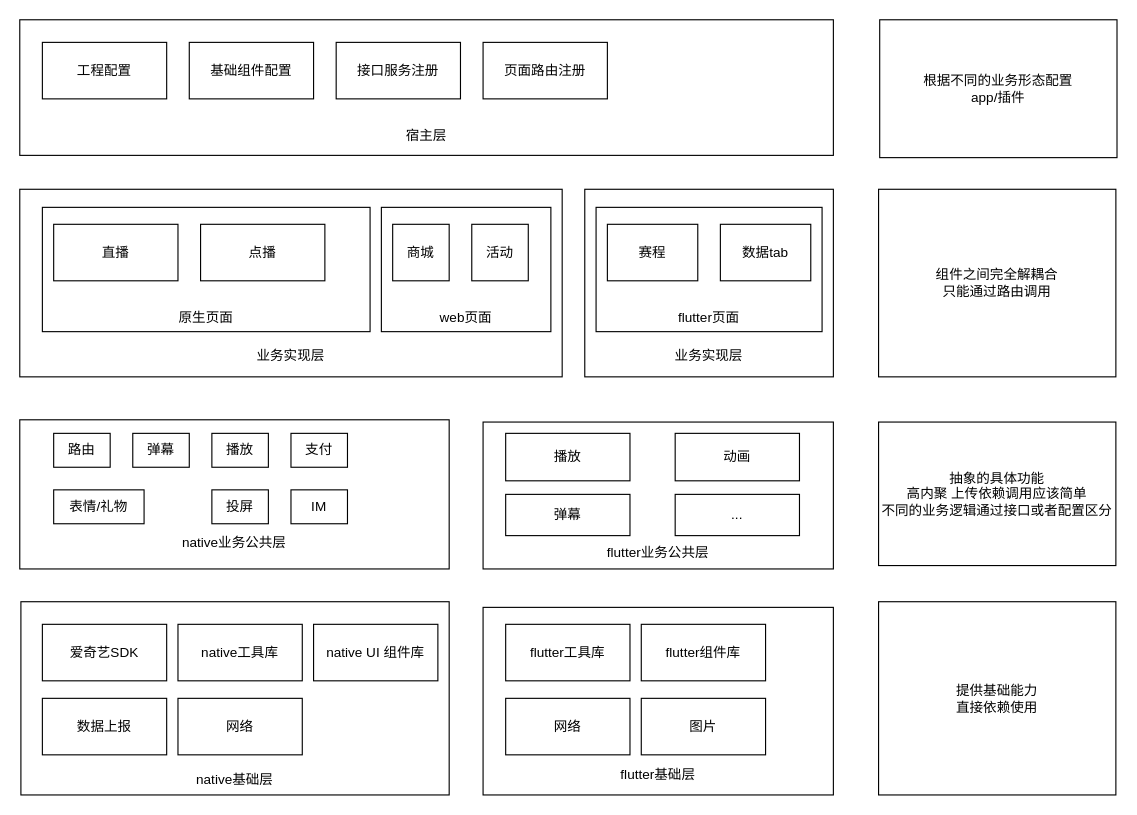
Above: page "第 4 页" (4 of 4) of 未命名绘图.drawio in wanjj8023/app3 (draw.io), before the change. Source tidied: cells renumbered, new cells numbered last; positions are measured from the earlier drawing's top-left corner, leaving out a move shared by most shapes. Both pictures are drawn from the tidied source at 113%, with x=0, y=0 at pixel (19, 19).
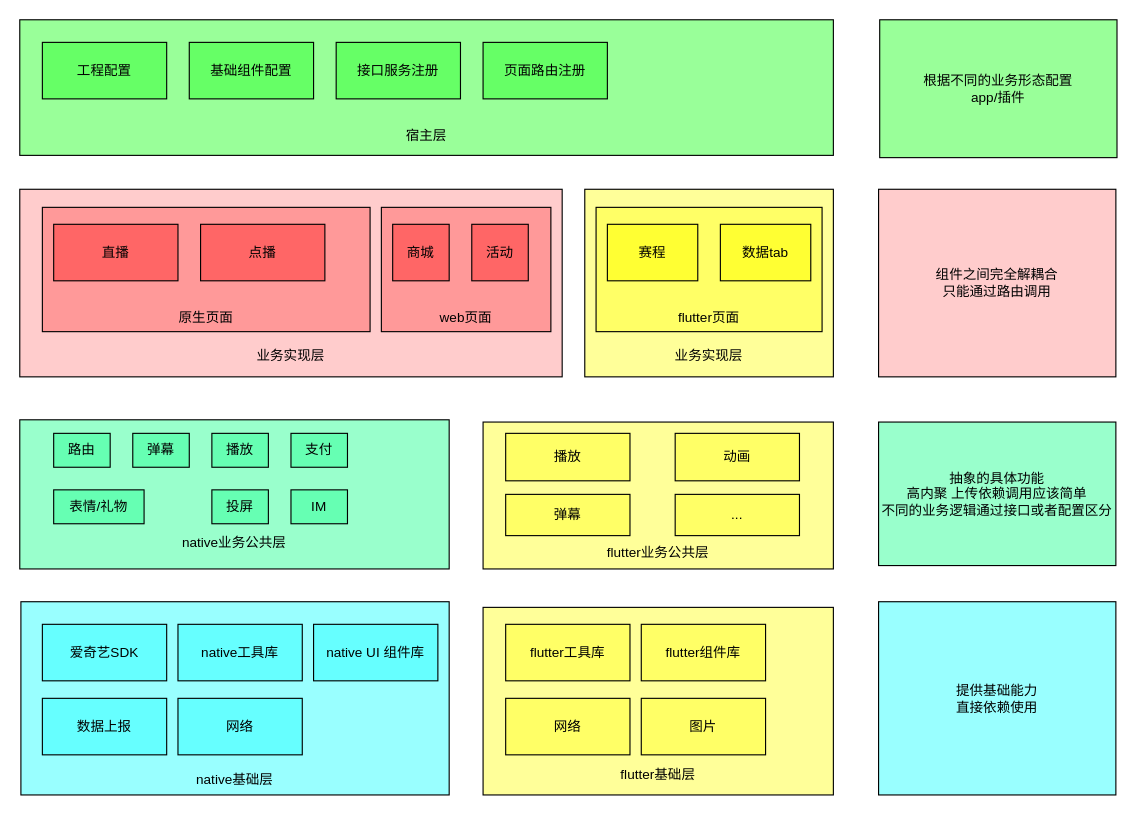
The same page after the edit.

Diff of the diagram source:
```diff
@@
-    <mxCell id="2" value="&lt;div&gt;&lt;br&gt;&lt;/div&gt;&lt;div&gt;&lt;br&gt;&lt;/div&gt;&lt;div&gt;&lt;br&gt;&lt;/div&gt;&lt;div&gt;&lt;br&gt;&lt;/div&gt;&lt;div&gt;&lt;br&gt;&lt;/div&gt;&lt;div&gt;&lt;br&gt;&lt;/div&gt;&lt;div&gt;&lt;br&gt;&lt;/div&gt;&lt;div&gt;&lt;br&gt;&lt;/div&gt;&lt;div&gt;&lt;br&gt;&lt;/div&gt;&lt;div&gt;&lt;br&gt;&lt;/div&gt;native基础层" style="html=1;whiteSpace=wrap;" parent="1" vertex="1">
+    <mxCell id="2" value="&lt;div&gt;&lt;br&gt;&lt;/div&gt;&lt;div&gt;&lt;br&gt;&lt;/div&gt;&lt;div&gt;&lt;br&gt;&lt;/div&gt;&lt;div&gt;&lt;br&gt;&lt;/div&gt;&lt;div&gt;&lt;br&gt;&lt;/div&gt;&lt;div&gt;&lt;br&gt;&lt;/div&gt;&lt;div&gt;&lt;br&gt;&lt;/div&gt;&lt;div&gt;&lt;br&gt;&lt;/div&gt;&lt;div&gt;&lt;br&gt;&lt;/div&gt;&lt;div&gt;&lt;br&gt;&lt;/div&gt;native基础层" style="html=1;whiteSpace=wrap;fillColor=#99FFFF;" parent="1" vertex="1">
       <mxGeometry x="1" y="515" width="379" height="171" as="geometry" />
     </mxCell>
-    <mxCell id="3" value="&lt;div&gt;&lt;br&gt;&lt;/div&gt;&lt;div&gt;&lt;br&gt;&lt;/div&gt;&lt;div&gt;&lt;br&gt;&lt;/div&gt;&lt;div&gt;&lt;br&gt;&lt;/div&gt;&lt;div&gt;&lt;br&gt;&lt;/div&gt;&lt;div&gt;&lt;br&gt;&lt;/div&gt;native业务公共层" style="html=1;whiteSpace=wrap;" parent="1" vertex="1">
+    <mxCell id="3" value="&lt;div&gt;&lt;br&gt;&lt;/div&gt;&lt;div&gt;&lt;br&gt;&lt;/div&gt;&lt;div&gt;&lt;br&gt;&lt;/div&gt;&lt;div&gt;&lt;br&gt;&lt;/div&gt;&lt;div&gt;&lt;br&gt;&lt;/div&gt;&lt;div&gt;&lt;br&gt;&lt;/div&gt;native业务公共层" style="html=1;whiteSpace=wrap;fillColor=#99FFCC;" parent="1" vertex="1">
       <mxGeometry y="354" width="380" height="132" as="geometry" />
     </mxCell>
-    <mxCell id="4" value="&lt;div&gt;&lt;br&gt;&lt;/div&gt;&lt;div&gt;&lt;br&gt;&lt;/div&gt;&lt;div&gt;&lt;br&gt;&lt;/div&gt;&lt;div&gt;&lt;br&gt;&lt;/div&gt;&lt;div&gt;&lt;br&gt;&lt;/div&gt;&lt;div&gt;&lt;br&gt;&lt;/div&gt;&lt;div&gt;&lt;br&gt;&lt;/div&gt;&lt;div&gt;&lt;br&gt;&lt;/div&gt;&lt;div&gt;&lt;br&gt;&lt;/div&gt;业务实现层" style="html=1;whiteSpace=wrap;" parent="1" vertex="1">
+    <mxCell id="4" value="&lt;div&gt;&lt;br&gt;&lt;/div&gt;&lt;div&gt;&lt;br&gt;&lt;/div&gt;&lt;div&gt;&lt;br&gt;&lt;/div&gt;&lt;div&gt;&lt;br&gt;&lt;/div&gt;&lt;div&gt;&lt;br&gt;&lt;/div&gt;&lt;div&gt;&lt;br&gt;&lt;/div&gt;&lt;div&gt;&lt;br&gt;&lt;/div&gt;&lt;div&gt;&lt;br&gt;&lt;/div&gt;&lt;div&gt;&lt;br&gt;&lt;/div&gt;业务实现层" style="html=1;whiteSpace=wrap;fillColor=#FFCCCC;" parent="1" vertex="1">
       <mxGeometry y="150" width="480" height="166" as="geometry" />
     </mxCell>
-    <mxCell id="5" value="&lt;div&gt;&lt;br&gt;&lt;/div&gt;&lt;div&gt;&lt;br&gt;&lt;/div&gt;&lt;div&gt;&lt;br&gt;&lt;/div&gt;&lt;div&gt;&lt;br&gt;&lt;/div&gt;&lt;div&gt;&lt;br&gt;&lt;/div&gt;&lt;div&gt;&lt;br&gt;&lt;/div&gt;宿主层" style="html=1;whiteSpace=wrap;" parent="1" vertex="1">
+    <mxCell id="5" value="&lt;div&gt;&lt;br&gt;&lt;/div&gt;&lt;div&gt;&lt;br&gt;&lt;/div&gt;&lt;div&gt;&lt;br&gt;&lt;/div&gt;&lt;div&gt;&lt;br&gt;&lt;/div&gt;&lt;div&gt;&lt;br&gt;&lt;/div&gt;&lt;div&gt;&lt;br&gt;&lt;/div&gt;宿主层" style="html=1;whiteSpace=wrap;fillColor=#99FF99;" parent="1" vertex="1">
       <mxGeometry width="720" height="120" as="geometry" />
     </mxCell>
-    <mxCell id="6" value="爱奇艺SDK" style="html=1;whiteSpace=wrap;" parent="1" vertex="1">
+    <mxCell id="6" value="爱奇艺SDK" style="html=1;whiteSpace=wrap;fillColor=#66FFFF;" parent="1" vertex="1">
       <mxGeometry x="20" y="535" width="110" height="50" as="geometry" />
     </mxCell>
-    <mxCell id="7" value="native工具库" style="html=1;whiteSpace=wrap;" parent="1" vertex="1">
+    <mxCell id="7" value="native工具库" style="html=1;whiteSpace=wrap;fillColor=#66FFFF;" parent="1" vertex="1">
       <mxGeometry x="140" y="535" width="110" height="50" as="geometry" />
     </mxCell>
-    <mxCell id="8" value="native UI 组件库" style="html=1;whiteSpace=wrap;" parent="1" vertex="1">
+    <mxCell id="8" value="native UI 组件库" style="html=1;whiteSpace=wrap;fillColor=#66FFFF;" parent="1" vertex="1">
       <mxGeometry x="260" y="535" width="110" height="50" as="geometry" />
     </mxCell>
-    <mxCell id="9" value="数据上报" style="html=1;whiteSpace=wrap;" parent="1" vertex="1">
+    <mxCell id="9" value="数据上报" style="html=1;whiteSpace=wrap;fillColor=#66FFFF;" parent="1" vertex="1">
       <mxGeometry x="20" y="600.5" width="110" height="50" as="geometry" />
     </mxCell>
-    <mxCell id="10" value="网络" style="html=1;whiteSpace=wrap;" parent="1" vertex="1">
+    <mxCell id="10" value="网络" style="html=1;whiteSpace=wrap;fillColor=#66FFFF;" parent="1" vertex="1">
       <mxGeometry x="140" y="600.5" width="110" height="50" as="geometry" />
     </mxCell>
-    <mxCell id="11" value="工程配置" style="html=1;whiteSpace=wrap;" parent="1" vertex="1">
+    <mxCell id="11" value="工程配置" style="html=1;whiteSpace=wrap;fillColor=#66FF66;" parent="1" vertex="1">
       <mxGeometry x="20" y="20" width="110" height="50" as="geometry" />
     </mxCell>
-    <mxCell id="12" value="基础组件配置" style="html=1;whiteSpace=wrap;" parent="1" vertex="1">
+    <mxCell id="12" value="基础组件配置" style="html=1;whiteSpace=wrap;fillColor=#66FF66;" parent="1" vertex="1">
       <mxGeometry x="150" y="20" width="110" height="50" as="geometry" />
     </mxCell>
-    <mxCell id="13" value="接口服务注册" style="html=1;whiteSpace=wrap;" parent="1" vertex="1">
+    <mxCell id="13" value="接口服务注册" style="html=1;whiteSpace=wrap;fillColor=#66FF66;" parent="1" vertex="1">
       <mxGeometry x="280" y="20" width="110" height="50" as="geometry" />
     </mxCell>
-    <mxCell id="14" value="页面路由注册" style="html=1;whiteSpace=wrap;" parent="1" vertex="1">
+    <mxCell id="14" value="页面路由注册" style="html=1;whiteSpace=wrap;fillColor=#66FF66;" parent="1" vertex="1">
       <mxGeometry x="410" y="20" width="110" height="50" as="geometry" />
     </mxCell>
-    <mxCell id="15" value="&lt;div&gt;&lt;br&gt;&lt;/div&gt;&lt;div&gt;&lt;br&gt;&lt;/div&gt;&lt;div&gt;&lt;br&gt;&lt;/div&gt;&lt;div&gt;&lt;br&gt;&lt;/div&gt;&lt;div&gt;&lt;br&gt;&lt;/div&gt;&lt;div&gt;&lt;span style=&quot;font-size: 12px;&quot;&gt;&lt;br&gt;&lt;/span&gt;&lt;/div&gt;&lt;div&gt;&lt;span style=&quot;font-size: 12px;&quot;&gt;原生页面&lt;/span&gt;&lt;br&gt;&lt;/div&gt;" style="html=1;whiteSpace=wrap;" parent="1" vertex="1">
+    <mxCell id="15" value="&lt;div&gt;&lt;br&gt;&lt;/div&gt;&lt;div&gt;&lt;br&gt;&lt;/div&gt;&lt;div&gt;&lt;br&gt;&lt;/div&gt;&lt;div&gt;&lt;br&gt;&lt;/div&gt;&lt;div&gt;&lt;br&gt;&lt;/div&gt;&lt;div&gt;&lt;span style=&quot;font-size: 12px;&quot;&gt;&lt;br&gt;&lt;/span&gt;&lt;/div&gt;&lt;div&gt;&lt;span style=&quot;font-size: 12px;&quot;&gt;原生页面&lt;/span&gt;&lt;br&gt;&lt;/div&gt;" style="html=1;whiteSpace=wrap;fillColor=#FF9999;" parent="1" vertex="1">
       <mxGeometry x="20" y="166" width="290" height="110" as="geometry" />
     </mxCell>
-    <mxCell id="16" value="&lt;div&gt;&lt;br&gt;&lt;/div&gt;&lt;div&gt;&lt;br&gt;&lt;/div&gt;&lt;div&gt;&lt;br&gt;&lt;/div&gt;&lt;div&gt;&lt;br&gt;&lt;/div&gt;&lt;div&gt;&lt;br&gt;&lt;/div&gt;&lt;div&gt;&lt;br&gt;&lt;/div&gt;web页面" style="html=1;whiteSpace=wrap;" parent="1" vertex="1">
+    <mxCell id="16" value="&lt;div&gt;&lt;br&gt;&lt;/div&gt;&lt;div&gt;&lt;br&gt;&lt;/div&gt;&lt;div&gt;&lt;br&gt;&lt;/div&gt;&lt;div&gt;&lt;br&gt;&lt;/div&gt;&lt;div&gt;&lt;br&gt;&lt;/div&gt;&lt;div&gt;&lt;br&gt;&lt;/div&gt;web页面" style="html=1;whiteSpace=wrap;fillColor=#FF9999;" parent="1" vertex="1">
       <mxGeometry x="320" y="166" width="150" height="110" as="geometry" />
     </mxCell>
-    <mxCell id="17" value="直播" style="html=1;whiteSpace=wrap;" parent="1" vertex="1">
+    <mxCell id="17" value="直播" style="html=1;whiteSpace=wrap;fillColor=#FF6666;" parent="1" vertex="1">
       <mxGeometry x="30" y="181" width="110" height="50" as="geometry" />
     </mxCell>
-    <mxCell id="18" value="点播" style="html=1;whiteSpace=wrap;" parent="1" vertex="1">
+    <mxCell id="18" value="点播" style="html=1;whiteSpace=wrap;fillColor=#FF6666;" parent="1" vertex="1">
       <mxGeometry x="160" y="181" width="110" height="50" as="geometry" />
     </mxCell>
-    <mxCell id="19" value="商城" style="html=1;whiteSpace=wrap;" parent="1" vertex="1">
+    <mxCell id="19" value="商城" style="html=1;whiteSpace=wrap;fillColor=#FF6666;" parent="1" vertex="1">
       <mxGeometry x="330" y="181" width="50" height="50" as="geometry" />
     </mxCell>
-    <mxCell id="20" value="活动" style="html=1;whiteSpace=wrap;" parent="1" vertex="1">
+    <mxCell id="20" value="活动" style="html=1;whiteSpace=wrap;fillColor=#FF6666;" parent="1" vertex="1">
       <mxGeometry x="400" y="181" width="50" height="50" as="geometry" />
     </mxCell>
-    <mxCell id="21" value="播放" style="html=1;whiteSpace=wrap;" parent="1" vertex="1">
+    <mxCell id="21" value="播放" style="html=1;whiteSpace=wrap;fillColor=#66FFB3;" parent="1" vertex="1">
       <mxGeometry x="170" y="366" width="50" height="30" as="geometry" />
     </mxCell>
-    <mxCell id="22" value="支付" style="html=1;whiteSpace=wrap;" parent="1" vertex="1">
+    <mxCell id="22" value="支付" style="html=1;whiteSpace=wrap;fillColor=#66FFB3;" parent="1" vertex="1">
       <mxGeometry x="240" y="366" width="50" height="30" as="geometry" />
     </mxCell>
-    <mxCell id="23" value="投屏" style="html=1;whiteSpace=wrap;" parent="1" vertex="1">
+    <mxCell id="23" value="投屏" style="html=1;whiteSpace=wrap;fillColor=#66FFB3;" parent="1" vertex="1">
       <mxGeometry x="170" y="416" width="50" height="30" as="geometry" />
     </mxCell>
-    <mxCell id="24" value="IM" style="html=1;whiteSpace=wrap;" parent="1" vertex="1">
+    <mxCell id="24" value="IM" style="html=1;whiteSpace=wrap;fillColor=#66FFB3;" parent="1" vertex="1">
       <mxGeometry x="240" y="416" width="50" height="30" as="geometry" />
     </mxCell>
-    <mxCell id="25" value="表情/礼物" style="html=1;whiteSpace=wrap;" parent="1" vertex="1">
+    <mxCell id="25" value="表情/礼物" style="html=1;whiteSpace=wrap;fillColor=#66FFB3;" parent="1" vertex="1">
       <mxGeometry x="30" y="416" width="80" height="30" as="geometry" />
     </mxCell>
-    <mxCell id="26" value="根据不同的业务形态配置&lt;div&gt;app/插件&lt;/div&gt;" style="html=1;whiteSpace=wrap;" parent="1" vertex="1">
+    <mxCell id="26" value="根据不同的业务形态配置&lt;div&gt;app/插件&lt;/div&gt;" style="html=1;whiteSpace=wrap;fillColor=#99FF99;" parent="1" vertex="1">
       <mxGeometry x="761" width="210" height="122" as="geometry" />
     </mxCell>
-    <mxCell id="27" value="组件之间完全解耦合&lt;div&gt;只能通过路由调用&lt;/div&gt;" style="html=1;whiteSpace=wrap;" parent="1" vertex="1">
+    <mxCell id="27" value="组件之间完全解耦合&lt;div&gt;只能通过路由调用&lt;/div&gt;" style="html=1;whiteSpace=wrap;fillColor=#FFCCCC;" parent="1" vertex="1">
       <mxGeometry x="760" y="150" width="210" height="166" as="geometry" />
     </mxCell>
-    <mxCell id="28" value="抽象的具体功能&lt;div&gt;高内聚 上传依赖调用应该简单&lt;br&gt;&lt;div&gt;不同的业务逻辑通过接口或者配置区分&lt;/div&gt;&lt;/div&gt;" style="html=1;whiteSpace=wrap;" parent="1" vertex="1">
+    <mxCell id="28" value="抽象的具体功能&lt;div&gt;高内聚 上传依赖调用应该简单&lt;br&gt;&lt;div&gt;不同的业务逻辑通过接口或者配置区分&lt;/div&gt;&lt;/div&gt;" style="html=1;whiteSpace=wrap;fillColor=#99FFCC;" parent="1" vertex="1">
       <mxGeometry x="760" y="356" width="210" height="127" as="geometry" />
     </mxCell>
-    <mxCell id="29" value="提供基础能力&lt;div&gt;直接依赖使用&lt;/div&gt;" style="html=1;whiteSpace=wrap;" parent="1" vertex="1">
+    <mxCell id="29" value="提供基础能力&lt;div&gt;直接依赖使用&lt;/div&gt;" style="html=1;whiteSpace=wrap;fillColor=#99FFFF;" parent="1" vertex="1">
       <mxGeometry x="760" y="515" width="210" height="171" as="geometry" />
     </mxCell>
-    <mxCell id="30" value="路由" style="html=1;whiteSpace=wrap;" parent="1" vertex="1">
+    <mxCell id="30" value="路由" style="html=1;whiteSpace=wrap;fillColor=#66FFB3;" parent="1" vertex="1">
       <mxGeometry x="30" y="366" width="50" height="30" as="geometry" />
     </mxCell>
-    <mxCell id="31" value="弹幕" style="html=1;whiteSpace=wrap;" parent="1" vertex="1">
+    <mxCell id="31" value="弹幕" style="html=1;whiteSpace=wrap;fillColor=#66FFB3;" parent="1" vertex="1">
       <mxGeometry x="100" y="366" width="50" height="30" as="geometry" />
     </mxCell>
-    <mxCell id="32" value="&lt;div&gt;&lt;br&gt;&lt;/div&gt;&lt;div&gt;&lt;br&gt;&lt;/div&gt;&lt;div&gt;&lt;br&gt;&lt;/div&gt;&lt;div&gt;&lt;br&gt;&lt;/div&gt;&lt;div&gt;&lt;br&gt;&lt;/div&gt;&lt;div&gt;&lt;br&gt;&lt;/div&gt;&lt;div&gt;&lt;br&gt;&lt;/div&gt;&lt;div&gt;&lt;br&gt;&lt;/div&gt;&lt;div&gt;&lt;br&gt;&lt;/div&gt;&lt;span style=&quot;font-size: 12.000001px;&quot;&gt;flutter基础层&lt;/span&gt;" style="html=1;whiteSpace=wrap;" parent="1" vertex="1">
+    <mxCell id="32" value="&lt;div&gt;&lt;br&gt;&lt;/div&gt;&lt;div&gt;&lt;br&gt;&lt;/div&gt;&lt;div&gt;&lt;br&gt;&lt;/div&gt;&lt;div&gt;&lt;br&gt;&lt;/div&gt;&lt;div&gt;&lt;br&gt;&lt;/div&gt;&lt;div&gt;&lt;br&gt;&lt;/div&gt;&lt;div&gt;&lt;br&gt;&lt;/div&gt;&lt;div&gt;&lt;br&gt;&lt;/div&gt;&lt;div&gt;&lt;br&gt;&lt;/div&gt;&lt;span style=&quot;font-size: 12.000001px;&quot;&gt;flutter基础层&lt;/span&gt;" style="html=1;whiteSpace=wrap;fillColor=#FFFF99;" parent="1" vertex="1">
       <mxGeometry x="410" y="520" width="310" height="166" as="geometry" />
     </mxCell>
-    <mxCell id="33" value="flutter工具库" style="html=1;whiteSpace=wrap;" parent="1" vertex="1">
+    <mxCell id="33" value="flutter工具库" style="html=1;whiteSpace=wrap;fillColor=#FFFF66;" parent="1" vertex="1">
       <mxGeometry x="430" y="535" width="110" height="50" as="geometry" />
     </mxCell>
-    <mxCell id="34" value="flutter组件库" style="html=1;whiteSpace=wrap;" parent="1" vertex="1">
+    <mxCell id="34" value="flutter组件库" style="html=1;whiteSpace=wrap;fillColor=#FFFF66;" parent="1" vertex="1">
       <mxGeometry x="550" y="535" width="110" height="50" as="geometry" />
     </mxCell>
-    <mxCell id="35" value="网络" style="html=1;whiteSpace=wrap;" parent="1" vertex="1">
+    <mxCell id="35" value="网络" style="html=1;whiteSpace=wrap;fillColor=#FFFF66;" parent="1" vertex="1">
       <mxGeometry x="430" y="600.5" width="110" height="50" as="geometry" />
     </mxCell>
-    <mxCell id="36" value="图片" style="html=1;whiteSpace=wrap;" parent="1" vertex="1">
+    <mxCell id="36" value="图片" style="html=1;whiteSpace=wrap;fillColor=#FFFF66;" parent="1" vertex="1">
       <mxGeometry x="550" y="600.5" width="110" height="50" as="geometry" />
     </mxCell>
-    <mxCell id="37" value="&lt;div&gt;&lt;br&gt;&lt;/div&gt;&lt;div&gt;&lt;br&gt;&lt;/div&gt;&lt;div&gt;&lt;br&gt;&lt;/div&gt;&lt;div&gt;&lt;br&gt;&lt;/div&gt;&lt;div&gt;&lt;br&gt;&lt;/div&gt;&lt;div&gt;&lt;br&gt;&lt;/div&gt;&lt;div&gt;&lt;br&gt;&lt;/div&gt;&lt;div&gt;&lt;span style=&quot;font-size: 12.000001px;&quot;&gt;flutter业务公共层&lt;/span&gt;&lt;br&gt;&lt;/div&gt;" style="html=1;whiteSpace=wrap;" parent="1" vertex="1">
+    <mxCell id="37" value="&lt;div&gt;&lt;br&gt;&lt;/div&gt;&lt;div&gt;&lt;br&gt;&lt;/div&gt;&lt;div&gt;&lt;br&gt;&lt;/div&gt;&lt;div&gt;&lt;br&gt;&lt;/div&gt;&lt;div&gt;&lt;br&gt;&lt;/div&gt;&lt;div&gt;&lt;br&gt;&lt;/div&gt;&lt;div&gt;&lt;br&gt;&lt;/div&gt;&lt;div&gt;&lt;span style=&quot;font-size: 12.000001px;&quot;&gt;flutter业务公共层&lt;/span&gt;&lt;br&gt;&lt;/div&gt;" style="html=1;whiteSpace=wrap;fillColor=#FFFF99;" parent="1" vertex="1">
       <mxGeometry x="410" y="356" width="310" height="130" as="geometry" />
     </mxCell>
-    <mxCell id="38" value="播放" style="html=1;whiteSpace=wrap;" parent="1" vertex="1">
+    <mxCell id="38" value="播放" style="html=1;whiteSpace=wrap;fillColor=#FFFF66;" parent="1" vertex="1">
       <mxGeometry x="430" y="366" width="110" height="42" as="geometry" />
     </mxCell>
-    <mxCell id="39" value="动画" style="html=1;whiteSpace=wrap;" parent="1" vertex="1">
+    <mxCell id="39" value="动画" style="html=1;whiteSpace=wrap;fillColor=#FFFF66;" parent="1" vertex="1">
       <mxGeometry x="580" y="366" width="110" height="42" as="geometry" />
     </mxCell>
-    <mxCell id="40" value="弹幕" style="html=1;whiteSpace=wrap;" parent="1" vertex="1">
+    <mxCell id="40" value="弹幕" style="html=1;whiteSpace=wrap;fillColor=#FFFF66;" parent="1" vertex="1">
       <mxGeometry x="430" y="420" width="110" height="36.5" as="geometry" />
     </mxCell>
-    <mxCell id="41" value="..." style="html=1;whiteSpace=wrap;" parent="1" vertex="1">
+    <mxCell id="41" value="..." style="html=1;whiteSpace=wrap;fillColor=#FFFF66;" parent="1" vertex="1">
       <mxGeometry x="580" y="420" width="110" height="36.5" as="geometry" />
     </mxCell>
-    <mxCell id="42" value="&lt;div&gt;&lt;br&gt;&lt;/div&gt;&lt;div&gt;&lt;br&gt;&lt;/div&gt;&lt;div&gt;&lt;br&gt;&lt;/div&gt;&lt;div&gt;&lt;br&gt;&lt;/div&gt;&lt;div&gt;&lt;br&gt;&lt;/div&gt;&lt;div&gt;&lt;br&gt;&lt;/div&gt;&lt;div&gt;&lt;br&gt;&lt;/div&gt;&lt;div&gt;&lt;br&gt;&lt;/div&gt;&lt;div&gt;&lt;br&gt;&lt;/div&gt;业务实现层" style="html=1;whiteSpace=wrap;" parent="1" vertex="1">
+    <mxCell id="42" value="&lt;div&gt;&lt;br&gt;&lt;/div&gt;&lt;div&gt;&lt;br&gt;&lt;/div&gt;&lt;div&gt;&lt;br&gt;&lt;/div&gt;&lt;div&gt;&lt;br&gt;&lt;/div&gt;&lt;div&gt;&lt;br&gt;&lt;/div&gt;&lt;div&gt;&lt;br&gt;&lt;/div&gt;&lt;div&gt;&lt;br&gt;&lt;/div&gt;&lt;div&gt;&lt;br&gt;&lt;/div&gt;&lt;div&gt;&lt;br&gt;&lt;/div&gt;业务实现层" style="html=1;whiteSpace=wrap;fillColor=#FFFF99;" parent="1" vertex="1">
       <mxGeometry x="500" y="150" width="220" height="166" as="geometry" />
     </mxCell>
-    <mxCell id="43" value="&lt;div&gt;&lt;br&gt;&lt;/div&gt;&lt;div&gt;&lt;br&gt;&lt;/div&gt;&lt;div&gt;&lt;br&gt;&lt;/div&gt;&lt;div&gt;&lt;br&gt;&lt;/div&gt;&lt;div&gt;&lt;br&gt;&lt;/div&gt;&lt;div&gt;&lt;br&gt;&lt;/div&gt;flutter页面" style="html=1;whiteSpace=wrap;" parent="1" vertex="1">
+    <mxCell id="43" value="&lt;div&gt;&lt;br&gt;&lt;/div&gt;&lt;div&gt;&lt;br&gt;&lt;/div&gt;&lt;div&gt;&lt;br&gt;&lt;/div&gt;&lt;div&gt;&lt;br&gt;&lt;/div&gt;&lt;div&gt;&lt;br&gt;&lt;/div&gt;&lt;div&gt;&lt;br&gt;&lt;/div&gt;flutter页面" style="html=1;whiteSpace=wrap;fillColor=#FFFF66;" parent="1" vertex="1">
       <mxGeometry x="510" y="166" width="200" height="110" as="geometry" />
     </mxCell>
-    <mxCell id="44" value="赛程" style="html=1;whiteSpace=wrap;" parent="1" vertex="1">
+    <mxCell id="44" value="赛程" style="html=1;whiteSpace=wrap;fillColor=#FFFF33;" parent="1" vertex="1">
       <mxGeometry x="520" y="181" width="80" height="50" as="geometry" />
     </mxCell>
-    <mxCell id="45" value="数据tab" style="html=1;whiteSpace=wrap;" parent="1" vertex="1">
+    <mxCell id="45" value="数据tab" style="html=1;whiteSpace=wrap;fillColor=#FFFF33;" parent="1" vertex="1">
       <mxGeometry x="620" y="181" width="80" height="50" as="geometry" />
     </mxCell>
```
